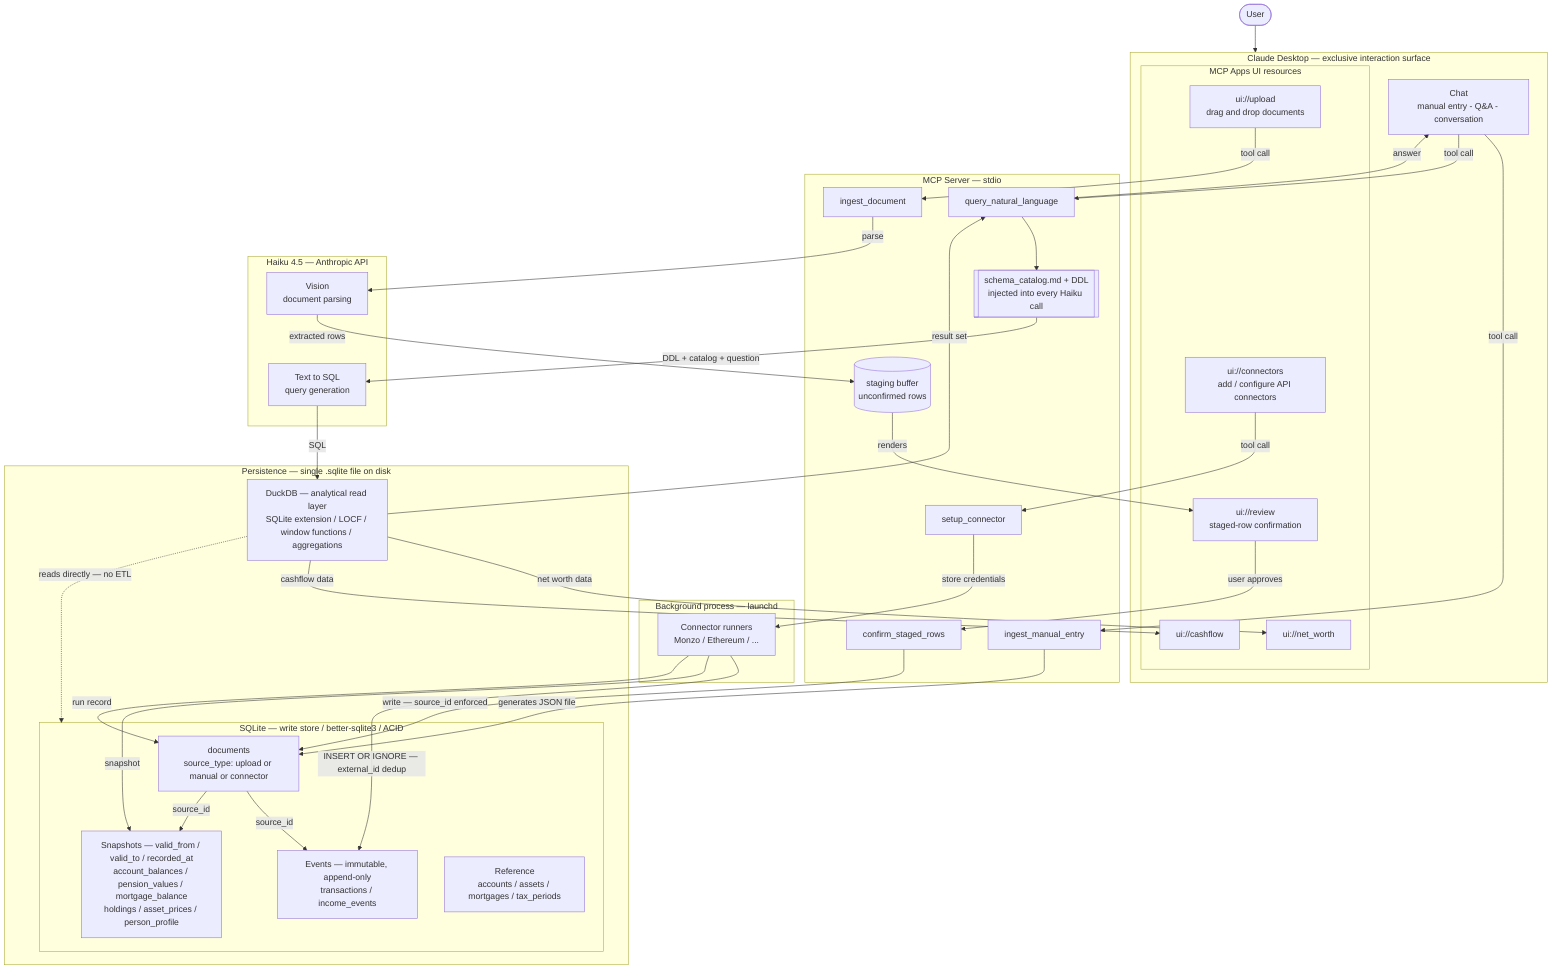
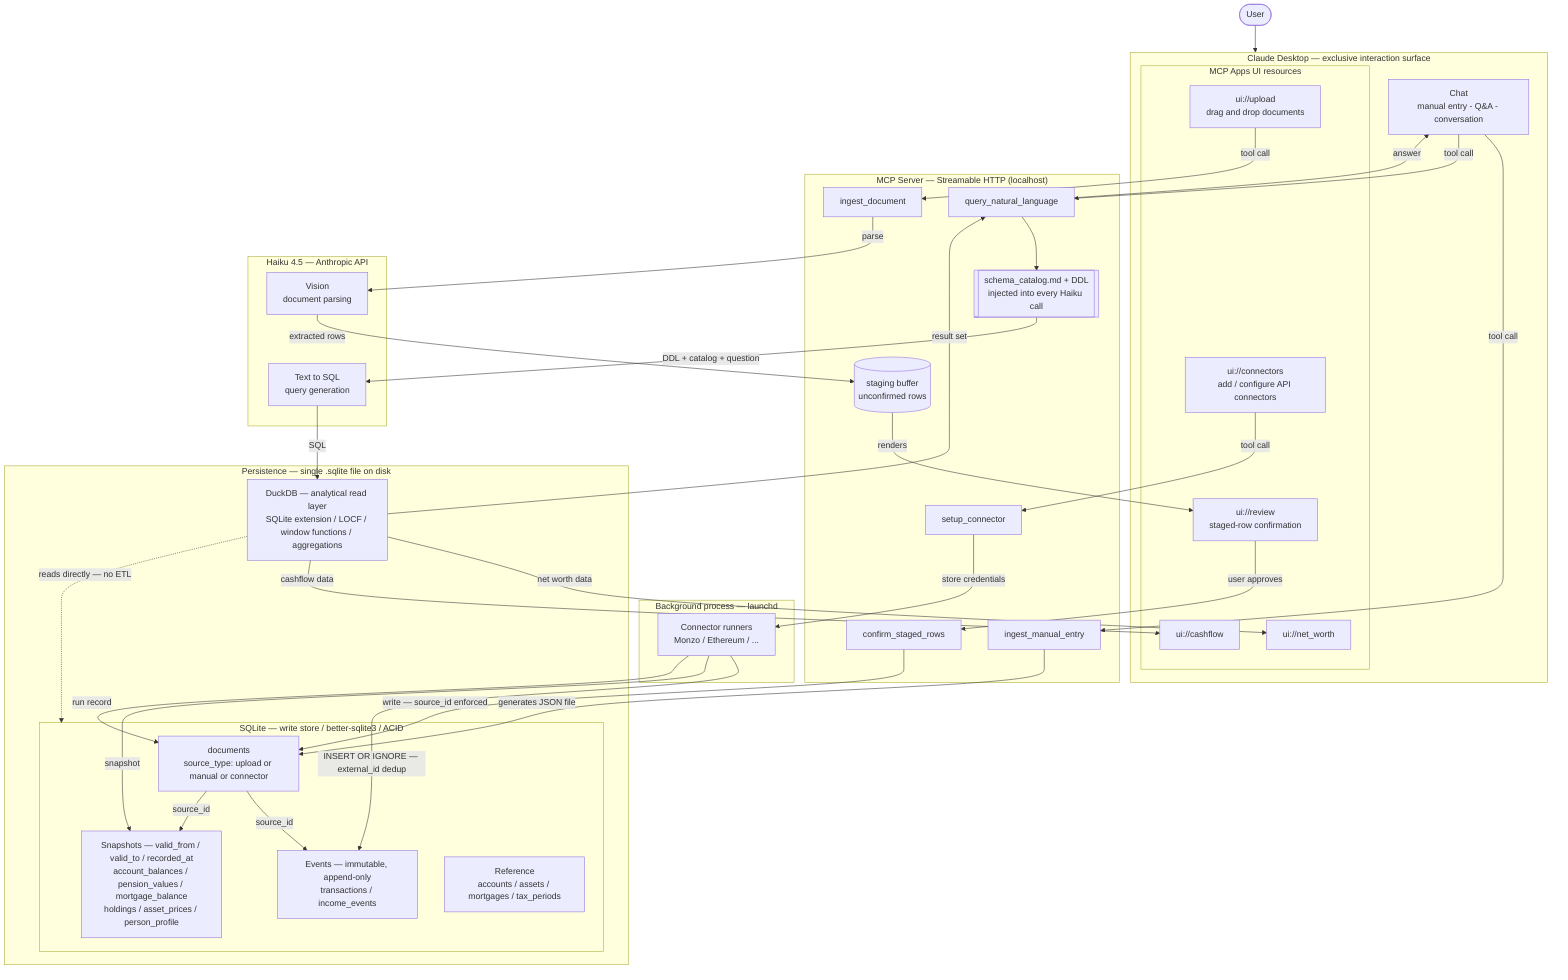
flowchart TD
    USER(["User"])

    subgraph CD["Claude Desktop — exclusive interaction surface"]
        CHAT["Chat\nmanual entry - Q&A - conversation"]
        subgraph UI["MCP Apps UI resources"]
            UPLOAD["ui://upload\ndrag and drop documents"]
            CONNECTORS["ui://connectors\nadd / configure API connectors"]
            REVIEW["ui://review\nstaged-row confirmation"]
            NW["ui://net_worth"]
            CF["ui://cashflow"]
        end
    end

-     subgraph MCP["MCP Server — stdio"]
+     subgraph MCP["MCP Server — Streamable HTTP (localhost)"]
        IT["ingest_document"]
        ME["ingest_manual_entry"]
        SC["setup_connector"]
        QT["query_natural_language"]
        CT["confirm_staged_rows"]
        STAGE[("staging buffer\nunconfirmed rows")]
        CAT[["schema_catalog.md + DDL\ninjected into every Haiku call"]]
    end

    subgraph BGP["Background process — launchd"]
        CONN["Connector runners\nMonzo / Ethereum / ..."]
    end

    subgraph HAIKU["Haiku 4.5 — Anthropic API"]
        VIS["Vision\ndocument parsing"]
        T2S["Text to SQL\nquery generation"]
    end

    subgraph PERSIST["Persistence — single .sqlite file on disk"]
        subgraph WRITE["SQLite — write store / better-sqlite3 / ACID"]
            DOCS["documents\nsource_type: upload or manual or connector"]
            EV["Events — immutable, append-only\ntransactions / income_events"]
            SN["Snapshots — valid_from / valid_to / recorded_at\naccount_balances / pension_values / mortgage_balance\nholdings / asset_prices / person_profile"]
            RF["Reference\naccounts / assets / mortgages / tax_periods"]
        end
        READ["DuckDB — analytical read layer\nSQLite extension / LOCF / window functions / aggregations"]
    end

    USER --> CD

    UPLOAD -->|"tool call"| IT
    IT -->|parse| VIS
    VIS -->|extracted rows| STAGE
    STAGE -->|renders| REVIEW
    REVIEW -->|user approves| CT
    CT -->|"write — source_id enforced"| DOCS

    CHAT -->|"tool call"| ME
    ME -->|"generates JSON file"| DOCS

    CONNECTORS -->|"tool call"| SC
    SC -->|"store credentials"| CONN

    CONN -->|"INSERT OR IGNORE — external_id dedup"| EV
    CONN -->|snapshot| SN
    CONN -->|run record| DOCS

    DOCS -->|source_id| EV
    DOCS -->|source_id| SN

    CHAT -->|"tool call"| QT
    QT --> CAT
    CAT -->|"DDL + catalog + question"| T2S
    T2S -->|SQL| READ
    READ -.->|"reads directly — no ETL"| WRITE
    READ -->|result set| QT
    QT -->|answer| CHAT

    READ -->|net worth data| NW
    READ -->|cashflow data| CF
